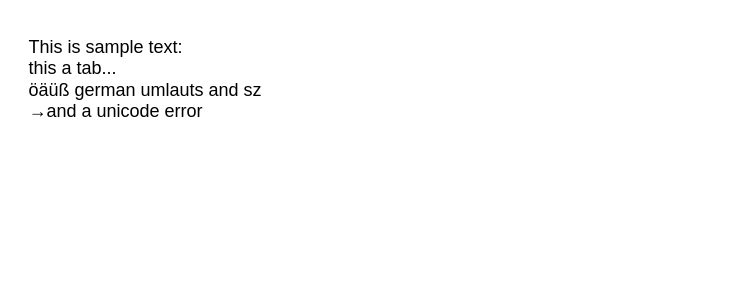
Earlier version of the draw.io diagram test-chars.drawio (JensLincke/drawio-test). Source tidied: cells renumbered, new cells numbered last; positions are measured from the earlier drawing's top-left corner, leaving out a move shared by most shapes. Both pictures are drawn from the tidied source at 150%, with x=0, y=0 at pixel (26, 26).
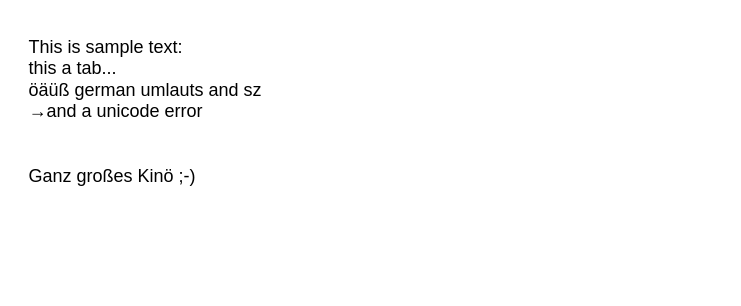
The same page after the edit.

Diff of the diagram source:
```diff
@@
 <mxGraphModel background="#ffffff">
   <root>
     <mxCell id="0" />
     <mxCell id="1" parent="0" />
-    <mxCell id="2" value="This is sample text:&lt;br&gt;&lt;span&gt; &lt;/span&gt;this a tab...&lt;br&gt;öäüß german umlauts and sz&lt;br&gt;→and a unicode error" style="text;html=1;strokeColor=none;fillColor=none;align=left;verticalAlign=top;whiteSpace=wrap;rounded=0;" parent="1" vertex="1">
+    <mxCell id="2" value="This is sample text:&lt;br&gt;&lt;span&gt; &lt;/span&gt;this a tab...&lt;br&gt;öäüß german umlauts and sz&lt;br&gt;→and a unicode error&lt;br&gt;&lt;br&gt;&lt;br&gt;Ganz großes Kinö ;-)" style="text;html=1;strokeColor=none;fillColor=none;align=left;verticalAlign=top;whiteSpace=wrap;rounded=0;" parent="1" vertex="1">
       <mxGeometry width="460" height="170" as="geometry" />
     </mxCell>
   </root>
 </mxGraphModel>
```
